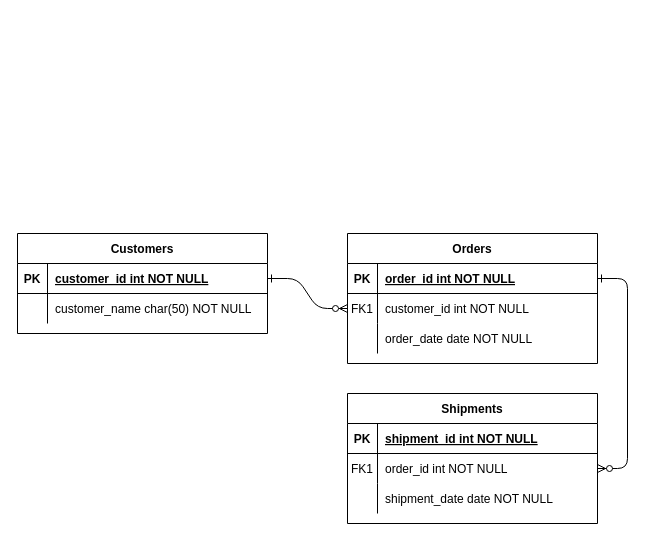
Before: bookmyshow/Untitled Diagram.drawio in router19/lld, a draw.io diagram. Source tidied: cells renumbered, new cells numbered last; positions are measured from the earlier drawing's top-left corner, leaving out a move shared by most shapes. Both pictures are drawn from the tidied source at 100%, with x=0, y=0 at pixel (17, 233).
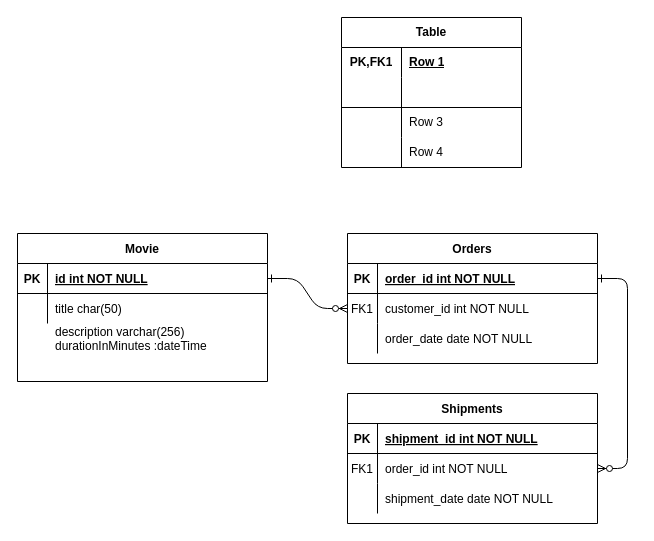
Above is the later version.

Unchanged cells that the change refers to:
```xml
<mxCell id="25" style="shape=partialRectangle;fillColor=none;points=[[0,0.5],[1,0.5]];portConstraint=eastwest;top=0;left=0;right=0;bottom=1;" parent="24" vertex="1">
  <mxGeometry y="30" width="250" height="30" as="geometry" />
</mxCell>
<mxCell id="28" style="shape=partialRectangle;fillColor=none;top=0;left=0;right=0;bottom=0;" parent="24" vertex="1">
  <mxGeometry y="60" width="250" height="30" as="geometry" />
</mxCell>
```

What changed in the source:
```diff
@@
-    <mxCell id="24" value="Customers" style="shape=table;startSize=30;childLayout=tableLayout;rowLines=0;fontStyle=1;align=center;" parent="1" vertex="1">
-      <mxGeometry width="250" height="100" as="geometry" />
+    <mxCell id="24" value="Movie" style="shape=table;startSize=30;childLayout=tableLayout;rowLines=0;fontStyle=1;align=center;" parent="1" vertex="1">
+      <mxGeometry width="250" height="148" as="geometry" />
     </mxCell>
@@
-    <mxCell id="27" value="customer_id int NOT NULL " style="shape=partialRectangle;overflow=hidden;fillColor=none;top=0;left=0;bottom=0;right=0;align=left;spacingLeft=6;fontStyle=5;" parent="25" vertex="1">
+    <mxCell id="27" value="id int NOT NULL " style="shape=partialRectangle;overflow=hidden;fillColor=none;top=0;left=0;bottom=0;right=0;align=left;spacingLeft=6;fontStyle=5;" parent="25" vertex="1">
       <mxGeometry x="30" width="220" height="30" as="geometry" />
     </mxCell>
@@
-    <mxCell id="30" value="customer_name char(50) NOT NULL" style="shape=partialRectangle;overflow=hidden;fillColor=none;top=0;left=0;bottom=0;right=0;align=left;spacingLeft=6;" parent="28" vertex="1">
+    <mxCell id="30" value="title char(50) " style="shape=partialRectangle;overflow=hidden;fillColor=none;top=0;left=0;bottom=0;right=0;align=left;spacingLeft=6;" parent="28" vertex="1">
       <mxGeometry x="30" width="220" height="30" as="geometry" />
     </mxCell>
+    <mxCell id="31" value="Table" style="shape=table;startSize=30;childLayout=tableLayout;rowLines=0;fontStyle=1;align=center;html=1;whiteSpace=wrap;" parent="1" vertex="1">
+      <mxGeometry x="324" y="-216" width="180" height="150" as="geometry" />
+    </mxCell>
+    <mxCell id="32" style="shape=tableRow;horizontal=0;startSize=0;swimlaneHead=0;swimlaneBody=0;fillColor=none;top=0;left=0;right=0;bottom=0;html=1;" parent="31" vertex="1">
+      <mxGeometry y="30" width="180" height="30" as="geometry" />
+    </mxCell>
+    <mxCell id="33" value="PK,FK1" style="shape=partialRectangle;fillColor=none;top=0;left=0;bottom=0;right=0;fontStyle=1;overflow=hidden;html=1;whiteSpace=wrap;" parent="32" vertex="1">
+      <mxGeometry width="60" height="30" as="geometry" />
+    </mxCell>
+    <mxCell id="34" value="Row 1" style="shape=partialRectangle;fillColor=none;top=0;left=0;bottom=0;right=0;align=left;spacingLeft=6;fontStyle=5;overflow=hidden;html=1;whiteSpace=wrap;" parent="32" vertex="1">
+      <mxGeometry x="60" width="120" height="30" as="geometry" />
+    </mxCell>
+    <mxCell id="35" style="shape=tableRow;horizontal=0;startSize=0;swimlaneHead=0;swimlaneBody=0;fillColor=none;top=0;left=0;right=0;bottom=1;html=1;" parent="31" vertex="1">
+      <mxGeometry y="60" width="180" height="30" as="geometry" />
+    </mxCell>
+    <mxCell id="36" style="shape=partialRectangle;fillColor=none;top=0;left=0;bottom=0;right=0;fontStyle=1;overflow=hidden;html=1;whiteSpace=wrap;" parent="35" vertex="1">
+      <mxGeometry width="60" height="30" as="geometry" />
+    </mxCell>
+    <mxCell id="37" style="shape=partialRectangle;fillColor=none;top=0;left=0;bottom=0;right=0;align=left;spacingLeft=6;fontStyle=5;overflow=hidden;html=1;whiteSpace=wrap;" parent="35" vertex="1">
+      <mxGeometry x="60" width="120" height="30" as="geometry" />
+    </mxCell>
+    <mxCell id="38" style="shape=tableRow;horizontal=0;startSize=0;swimlaneHead=0;swimlaneBody=0;fillColor=none;top=0;left=0;right=0;bottom=0;html=1;" parent="31" vertex="1">
+      <mxGeometry y="90" width="180" height="30" as="geometry" />
+    </mxCell>
+    <mxCell id="39" style="shape=partialRectangle;fillColor=none;top=0;left=0;bottom=0;right=0;overflow=hidden;html=1;whiteSpace=wrap;" parent="38" vertex="1">
+      <mxGeometry width="60" height="30" as="geometry" />
+    </mxCell>
+    <mxCell id="40" value="Row 3" style="shape=partialRectangle;fillColor=none;top=0;left=0;bottom=0;right=0;align=left;spacingLeft=6;overflow=hidden;html=1;whiteSpace=wrap;" parent="38" vertex="1">
+      <mxGeometry x="60" width="120" height="30" as="geometry" />
+    </mxCell>
+    <mxCell id="41" style="shape=tableRow;horizontal=0;startSize=0;swimlaneHead=0;swimlaneBody=0;fillColor=none;top=0;left=0;right=0;bottom=0;html=1;" parent="31" vertex="1">
+      <mxGeometry y="120" width="180" height="30" as="geometry" />
+    </mxCell>
+    <mxCell id="42" style="shape=partialRectangle;fillColor=none;top=0;left=0;bottom=0;right=0;overflow=hidden;html=1;whiteSpace=wrap;" parent="41" vertex="1">
+      <mxGeometry width="60" height="30" as="geometry" />
+    </mxCell>
+    <mxCell id="43" value="Row 4" style="shape=partialRectangle;fillColor=none;top=0;left=0;bottom=0;right=0;align=left;spacingLeft=6;overflow=hidden;html=1;whiteSpace=wrap;" parent="41" vertex="1">
+      <mxGeometry x="60" width="120" height="30" as="geometry" />
+    </mxCell>
+    <mxCell id="44" value="&#10;&#10;" style="shape=partialRectangle;fillColor=none;top=0;left=0;right=0;bottom=0;" parent="1" vertex="1">
+      <mxGeometry y="90" width="250" height="30" as="geometry" />
+    </mxCell>
+    <mxCell id="45" style="shape=partialRectangle;overflow=hidden;fillColor=none;top=0;left=0;bottom=0;right=0;" parent="44" vertex="1">
+      <mxGeometry width="30" height="30" as="geometry" />
+    </mxCell>
+    <mxCell id="46" value="description varchar(256)&#10;durationInMinutes :dateTime" style="shape=partialRectangle;overflow=hidden;fillColor=none;top=0;left=0;bottom=0;right=0;align=left;spacingLeft=6;" parent="44" vertex="1">
+      <mxGeometry x="30" width="220" height="30" as="geometry" />
+    </mxCell>
```
